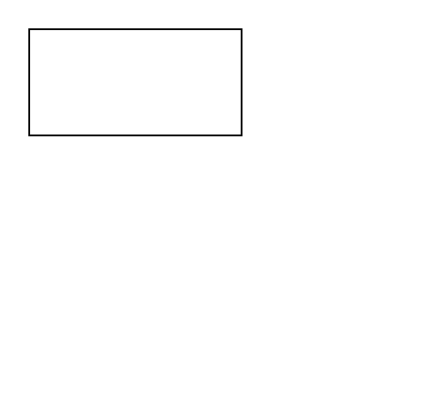
Above: Untitled Diagram.drawio in columbia-fsae/diagrams (draw.io), before the change. Source tidied: cells renumbered, new cells numbered last; positions are measured from the earlier drawing's top-left corner, leaving out a move shared by most shapes. Both pictures are drawn from the tidied source at 177%, with x=0, y=0 at pixel (28, 28).
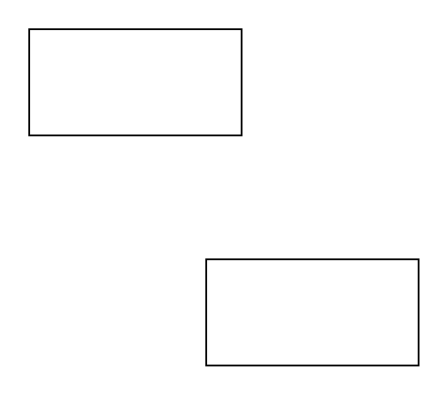
Above is the later version.

Change to the diagram source:
```diff
@@
 <mxGraphModel>
   <root>
     <mxCell id="0" />
     <mxCell id="1" parent="0" />
     <mxCell id="2" style="rounded=0;whiteSpace=wrap;html=1;" parent="1" vertex="1">
       <mxGeometry width="120" height="60" as="geometry" />
     </mxCell>
+    <mxCell id="3" style="rounded=0;whiteSpace=wrap;html=1;" parent="1" vertex="1">
+      <mxGeometry x="100" y="130" width="120" height="60" as="geometry" />
+    </mxCell>
   </root>
 </mxGraphModel>
```
